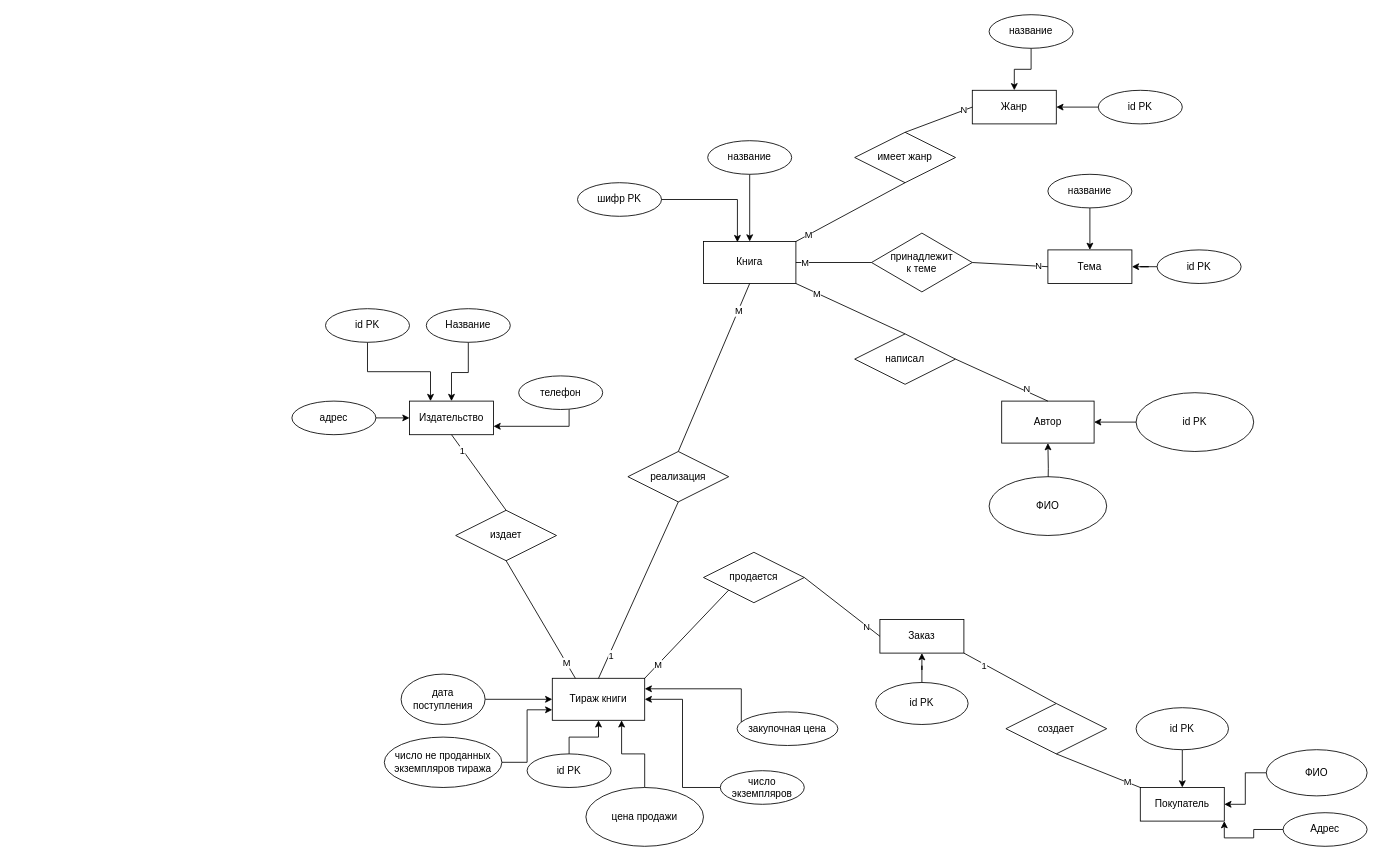
This is sources/er_diagram.drawio from 202rna/sql_labs2025, a draw.io file, before an edit. Source tidied: cells renumbered, new cells numbered last; positions are measured from the earlier drawing's top-left corner, leaving out a move shared by most shapes. Both pictures are drawn from the tidied source at 84%, with x=0, y=0 at pixel (291, 14).
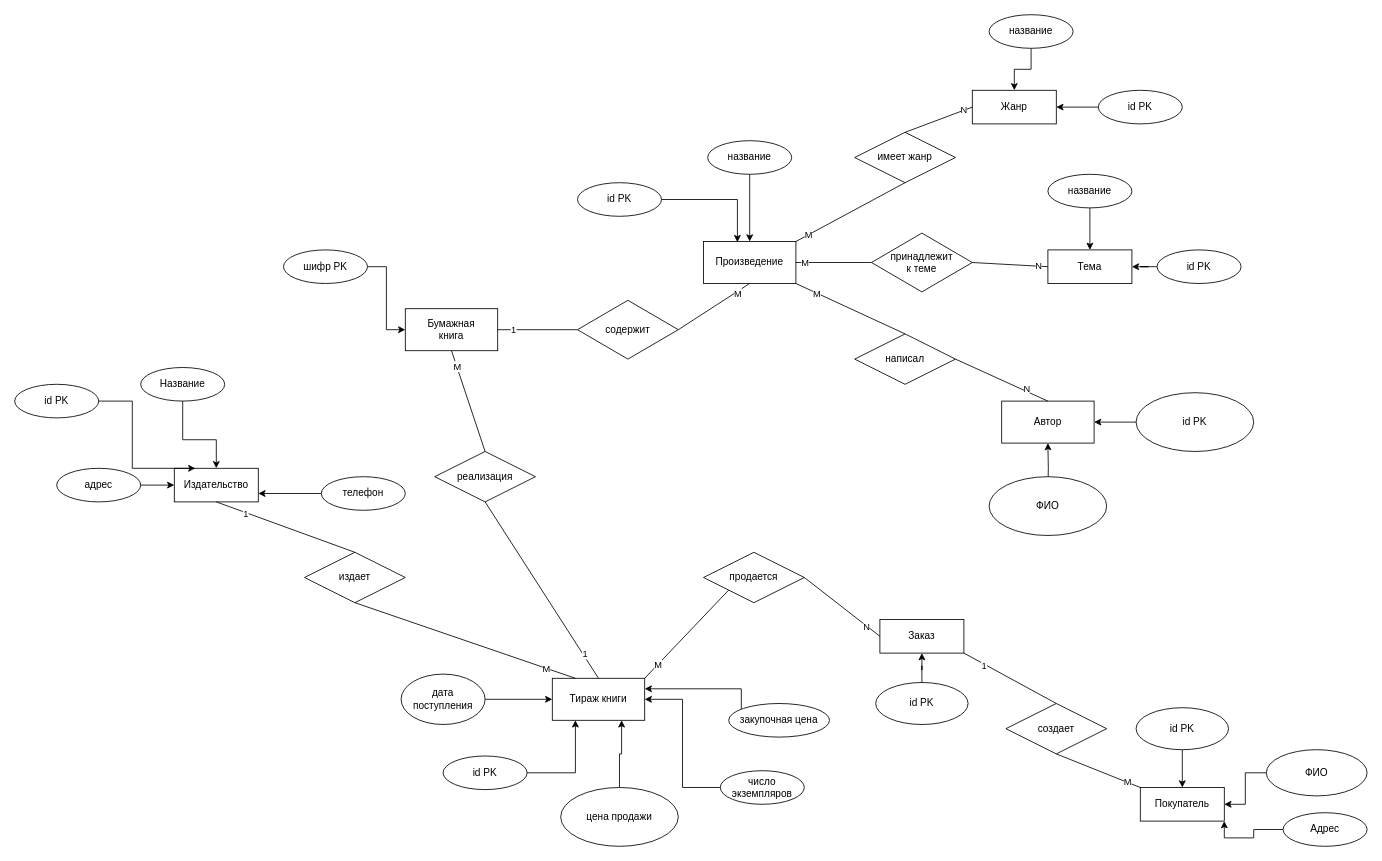
The same diagram, later.

The change refers to these unchanged cells:
```xml
<mxCell id="7" value="Тираж книги" style="html=1;whiteSpace=wrap;" parent="1" vertex="1">
  <mxGeometry x="310" y="790" width="110" height="50" as="geometry" />
</mxCell>
```

What changed in the source:
```diff
@@
-    <mxCell id="2" value="Книга" style="html=1;whiteSpace=wrap;" parent="1" vertex="1">
+    <mxCell id="2" value="Произведение" style="html=1;whiteSpace=wrap;" parent="1" vertex="1">
       <mxGeometry x="490" y="270" width="110" height="50" as="geometry" />
     </mxCell>
-    <mxCell id="3" value="шифр PK" style="ellipse;whiteSpace=wrap;html=1;" parent="1" vertex="1">
+    <mxCell id="3" value="id PK" style="ellipse;whiteSpace=wrap;html=1;" parent="1" vertex="1">
       <mxGeometry x="340" y="200" width="100" height="40" as="geometry" />
     </mxCell>
@@
     <mxCell id="11" value="закупочная цена" style="ellipse;whiteSpace=wrap;html=1;" parent="1" vertex="1">
-      <mxGeometry x="530" y="830" width="120" height="40" as="geometry" />
+      <mxGeometry x="520" y="820" width="120" height="40" as="geometry" />
     </mxCell>
@@
-    <mxCell id="14" style="edgeStyle=orthogonalEdgeStyle;rounded=0;jettySize=auto;html=1;entryX=0;entryY=0.75;entryDx=0;entryDy=0;" parent="1" edge="1" source="15" target="7">
-      <mxGeometry relative="1" as="geometry" />
-    </mxCell>
-    <mxCell id="15" value="число не проданных экземпляров тиража" style="ellipse;whiteSpace=wrap;html=1;" parent="1" vertex="1">
-      <mxGeometry x="110" y="860" width="140" height="60" as="geometry" />
-    </mxCell>
     <mxCell id="16" value="реализация" style="shape=rhombus;perimeter=rhombusPerimeter;whiteSpace=wrap;html=1;align=center;" parent="1" vertex="1">
-      <mxGeometry x="400" y="520" width="120" height="60" as="geometry" />
+      <mxGeometry x="170" y="520" width="120" height="60" as="geometry" />
     </mxCell>
-    <mxCell id="17" style="endArrow=none;html=1;rounded=0;exitX=0.5;exitY=1;exitDx=0;exitDy=0;entryX=0.5;entryY=0;entryDx=0;entryDy=0;" parent="1" edge="1" source="2" target="16">
+    <mxCell id="17" style="endArrow=none;html=1;rounded=0;exitX=0.5;exitY=1;exitDx=0;exitDy=0;entryX=0.5;entryY=0;entryDx=0;entryDy=0;" parent="1" edge="1" source="89" target="16">
       <mxGeometry relative="1" as="geometry" />
     </mxCell>
@@
-    <mxCell id="31" style="edgeStyle=orthogonalEdgeStyle;rounded=0;jettySize=auto;html=1;entryX=0.5;entryY=1;entryDx=0;entryDy=0;" parent="1" edge="1" source="32" target="7">
+    <mxCell id="31" style="edgeStyle=orthogonalEdgeStyle;rounded=0;jettySize=auto;html=1;entryX=0.25;entryY=1;entryDx=0;entryDy=0;" parent="1" edge="1" source="32" target="7">
       <mxGeometry relative="1" as="geometry" />
     </mxCell>
     <mxCell id="32" value="id PK" style="ellipse;whiteSpace=wrap;html=1;align=center;" parent="1" vertex="1">
-      <mxGeometry x="280" y="880" width="100" height="40" as="geometry" />
+      <mxGeometry x="180" y="882.5" width="100" height="40" as="geometry" />
     </mxCell>
@@
     <mxCell id="43" value="Издательство" style="whiteSpace=wrap;html=1;align=center;" parent="1" vertex="1">
-      <mxGeometry x="140" y="460" width="100" height="40" as="geometry" />
+      <mxGeometry x="-140" y="540" width="100" height="40" as="geometry" />
     </mxCell>
     <mxCell id="44" style="edgeStyle=orthogonalEdgeStyle;rounded=0;jettySize=auto;html=1;entryX=0.25;entryY=0;entryDx=0;entryDy=0;" parent="1" edge="1" source="45" target="43">
-      <mxGeometry relative="1" as="geometry" />
+      <mxGeometry relative="1" as="geometry">
+        <Array as="points">
+          <mxPoint x="-190" y="460" />
+          <mxPoint x="-190" y="540" />
+        </Array>
+      </mxGeometry>
     </mxCell>
     <mxCell id="45" value="id PK" style="ellipse;whiteSpace=wrap;html=1;align=center;" parent="1" vertex="1">
-      <mxGeometry x="40" y="350" width="100" height="40" as="geometry" />
+      <mxGeometry x="-330" y="440" width="100" height="40" as="geometry" />
     </mxCell>
-    <mxCell id="46" style="edgeStyle=orthogonalEdgeStyle;rounded=0;jettySize=auto;html=1;" parent="1" edge="1" source="47" target="43">
+    <mxCell id="46" style="edgeStyle=orthogonalEdgeStyle;rounded=0;jettySize=auto;html=1;exitX=0.5;exitY=1;exitDx=0;exitDy=0;" parent="1" edge="1" source="47" target="43">
       <mxGeometry relative="1" as="geometry">
         <Array as="points">
-          <mxPoint x="210" y="426" />
-          <mxPoint x="190" y="426" />
+          <mxPoint x="-130" y="506" />
+          <mxPoint x="-90" y="506" />
         </Array>
       </mxGeometry>
     </mxCell>
     <mxCell id="47" value="Название" style="ellipse;whiteSpace=wrap;html=1;align=center;" parent="1" vertex="1">
-      <mxGeometry x="160" y="350" width="100" height="40" as="geometry" />
+      <mxGeometry x="-180" y="420" width="100" height="40" as="geometry" />
     </mxCell>
@@
     <mxCell id="49" value="адрес" style="ellipse;whiteSpace=wrap;html=1;align=center;" parent="1" vertex="1">
-      <mxGeometry y="460" width="100" height="40" as="geometry" />
+      <mxGeometry x="-280" y="540" width="100" height="40" as="geometry" />
     </mxCell>
     <mxCell id="50" value="издает" style="shape=rhombus;perimeter=rhombusPerimeter;whiteSpace=wrap;html=1;align=center;" parent="1" vertex="1">
-      <mxGeometry x="195" y="590" width="120" height="60" as="geometry" />
+      <mxGeometry x="15" y="640" width="120" height="60" as="geometry" />
     </mxCell>
@@
     <mxCell id="55" style="edgeStyle=orthogonalEdgeStyle;rounded=0;jettySize=auto;html=1;entryX=1;entryY=0.75;entryDx=0;entryDy=0;" parent="1" edge="1" source="56" target="43">
       <mxGeometry relative="1" as="geometry">
         <Array as="points">
-          <mxPoint x="330" y="490" />
+          <mxPoint x="50" y="570" />
         </Array>
       </mxGeometry>
     </mxCell>
     <mxCell id="56" value="телефон" style="ellipse;whiteSpace=wrap;html=1;align=center;" parent="1" vertex="1">
-      <mxGeometry x="270" y="430" width="100" height="40" as="geometry" />
+      <mxGeometry x="35" y="550" width="100" height="40" as="geometry" />
     </mxCell>
@@
     <mxCell id="58" value="цена продажи" style="ellipse;whiteSpace=wrap;html=1;" parent="1" vertex="1">
-      <mxGeometry x="350" y="920" width="140" height="70" as="geometry" />
+      <mxGeometry x="320" y="920" width="140" height="70" as="geometry" />
     </mxCell>
@@
+    <mxCell id="89" value="Бумажная&lt;div&gt;книга&lt;/div&gt;" style="html=1;whiteSpace=wrap;" parent="1" vertex="1">
+      <mxGeometry x="135" y="350" width="110" height="50" as="geometry" />
+    </mxCell>
+    <mxCell id="90" style="edgeStyle=orthogonalEdgeStyle;rounded=0;jettySize=auto;html=1;entryX=0;entryY=0.5;entryDx=0;entryDy=0;" parent="1" edge="1" source="91" target="89">
+      <mxGeometry relative="1" as="geometry" />
+    </mxCell>
+    <mxCell id="91" value="шифр PK" style="ellipse;whiteSpace=wrap;html=1;" parent="1" vertex="1">
+      <mxGeometry x="-10" y="280" width="100" height="40" as="geometry" />
+    </mxCell>
+    <mxCell id="92" value="содержит" style="shape=rhombus;perimeter=rhombusPerimeter;whiteSpace=wrap;html=1;align=center;" parent="1" vertex="1">
+      <mxGeometry x="340" y="340" width="120" height="70" as="geometry" />
+    </mxCell>
+    <mxCell id="93" style="endArrow=none;html=1;rounded=0;exitX=1;exitY=0.5;exitDx=0;exitDy=0;entryX=0;entryY=0.5;entryDx=0;entryDy=0;" parent="1" edge="1" source="89" target="92">
+      <mxGeometry relative="1" as="geometry" />
+    </mxCell>
+    <mxCell id="94" value="1" style="edgeLabel;html=1;align=center;verticalAlign=middle;" parent="93" vertex="1">
+      <mxGeometry x="-0.63" relative="1" as="geometry" />
+    </mxCell>
+    <mxCell id="95" style="endArrow=none;html=1;rounded=0;exitX=1;exitY=0.5;exitDx=0;exitDy=0;entryX=0.5;entryY=1;entryDx=0;entryDy=0;" parent="1" edge="1" source="92" target="2">
+      <mxGeometry relative="1" as="geometry" />
+    </mxCell>
+    <mxCell id="96" value="М" style="edgeLabel;html=1;align=center;verticalAlign=middle;" parent="95" vertex="1">
+      <mxGeometry x="0.63" y="-2" relative="1" as="geometry" />
+    </mxCell>
```
